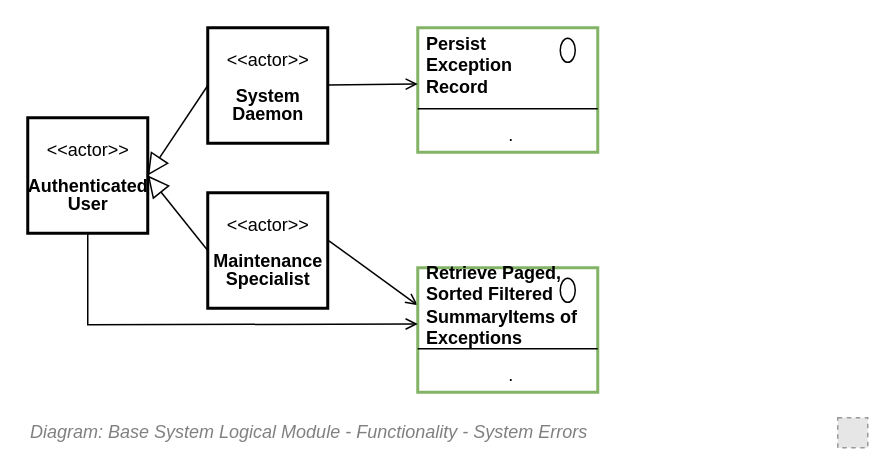
skysgh/System.Design.Resources.Service keeps this draw.io diagram as page "Diagnostics - Errors" (1 of 16) of 43.Functionality View/Functionality View - System Exceptions.drawio. Above is the earlier version. Source tidied: cells renumbered, new cells numbered last; positions are measured from the earlier drawing's top-left corner, leaving out a move shared by most shapes. Both pictures are drawn from the tidied source at 150%, with x=0, y=0 at pixel (27, 27). Pictures stored in the file or linked from it are replaced by grey dashed boxes.
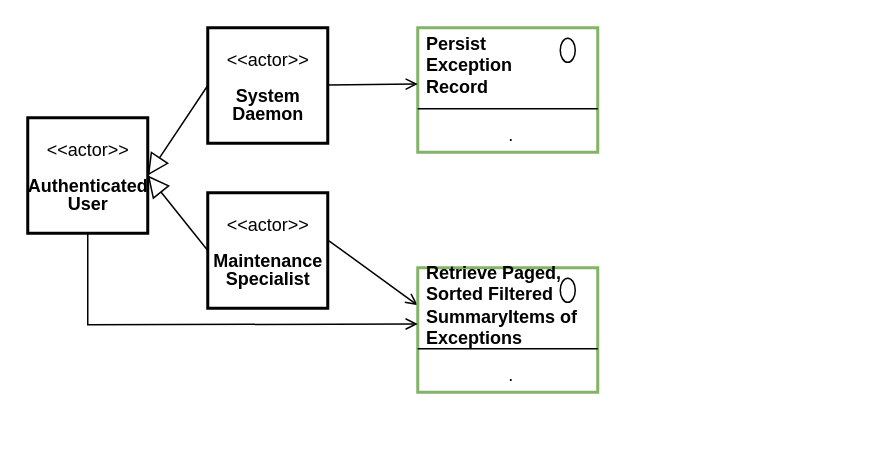
The same page after the edit.

What changed in the source:
```diff
@@
-    <mxCell id="3" value="&lt;font style=&quot;font-size: 12px&quot;&gt;&lt;span style=&quot;font-size: 12px&quot;&gt;Diagram: Base System Logical Module -&amp;nbsp;&lt;/span&gt;&lt;span style=&quot;font-size: 12px&quot;&gt;Functionality -&amp;nbsp;&lt;/span&gt;System Errors&lt;/font&gt;" style="text;strokeColor=none;fillColor=none;html=1;fontSize=12;fontStyle=2;verticalAlign=middle;align=left;shadow=0;glass=0;comic=0;opacity=30;fontColor=#808080;" parent="1" vertex="1">
-      <mxGeometry y="260" width="520" height="20" as="geometry" />
-    </mxCell>
-    <mxCell id="4" style="fillColor=#E6E6E6;strokeColor=#999999;dashed=1;html=1;verticalAlign=top;verticalLabelPosition=bottom;labelBackgroundColor=#ffffff;fontFamily=Helvetica;fontSize=12;fontColor=#000000;align=center;" parent="1" vertex="1">
-      <mxGeometry x="540" y="260" width="20" height="20" as="geometry" />
-    </mxCell>
```
